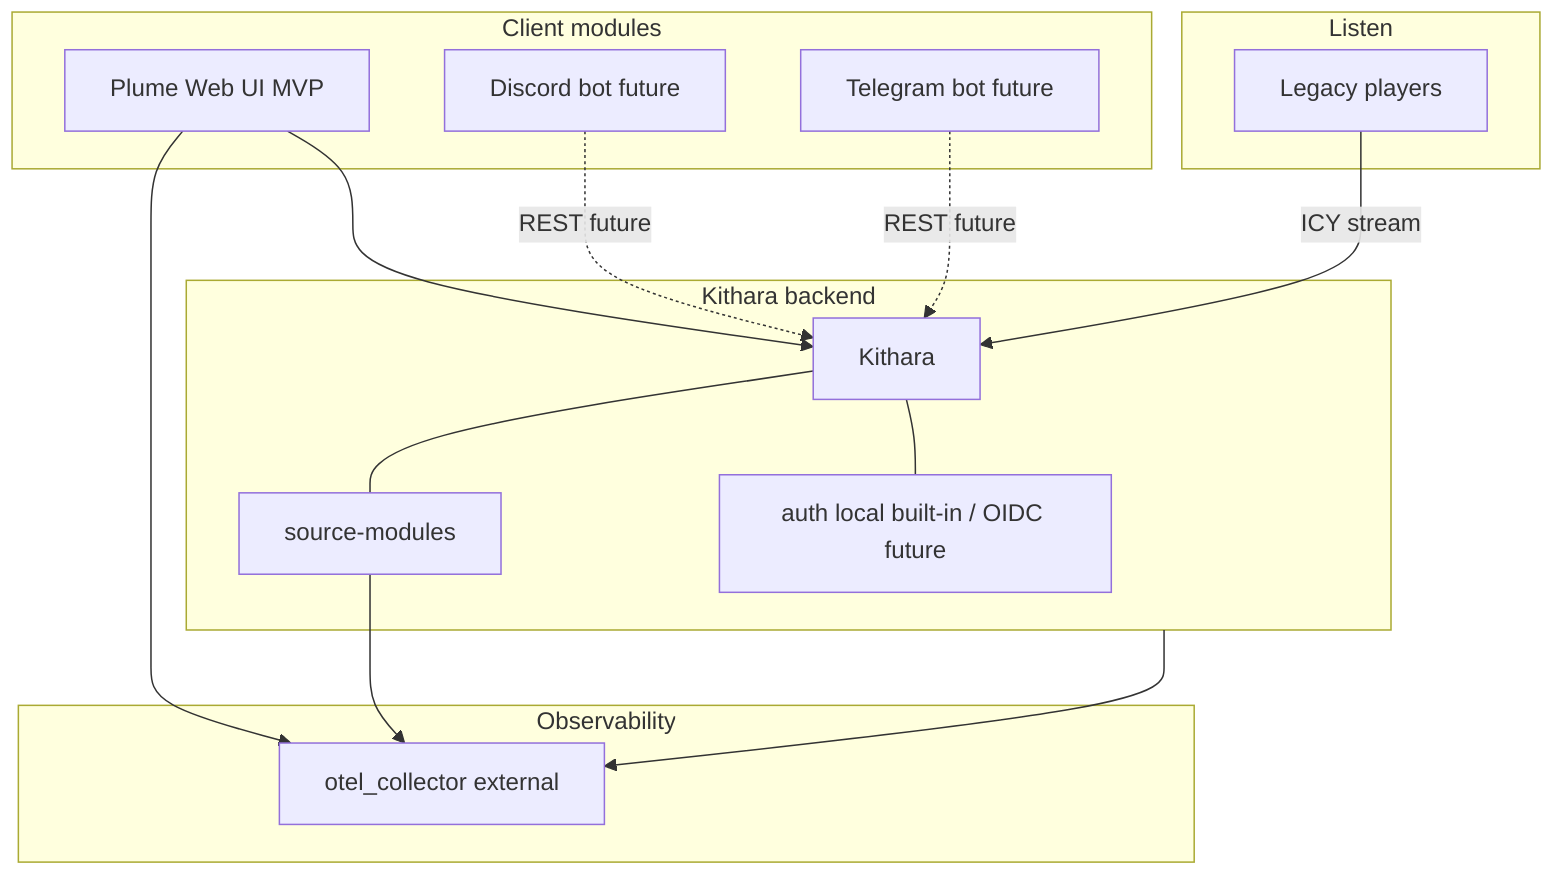
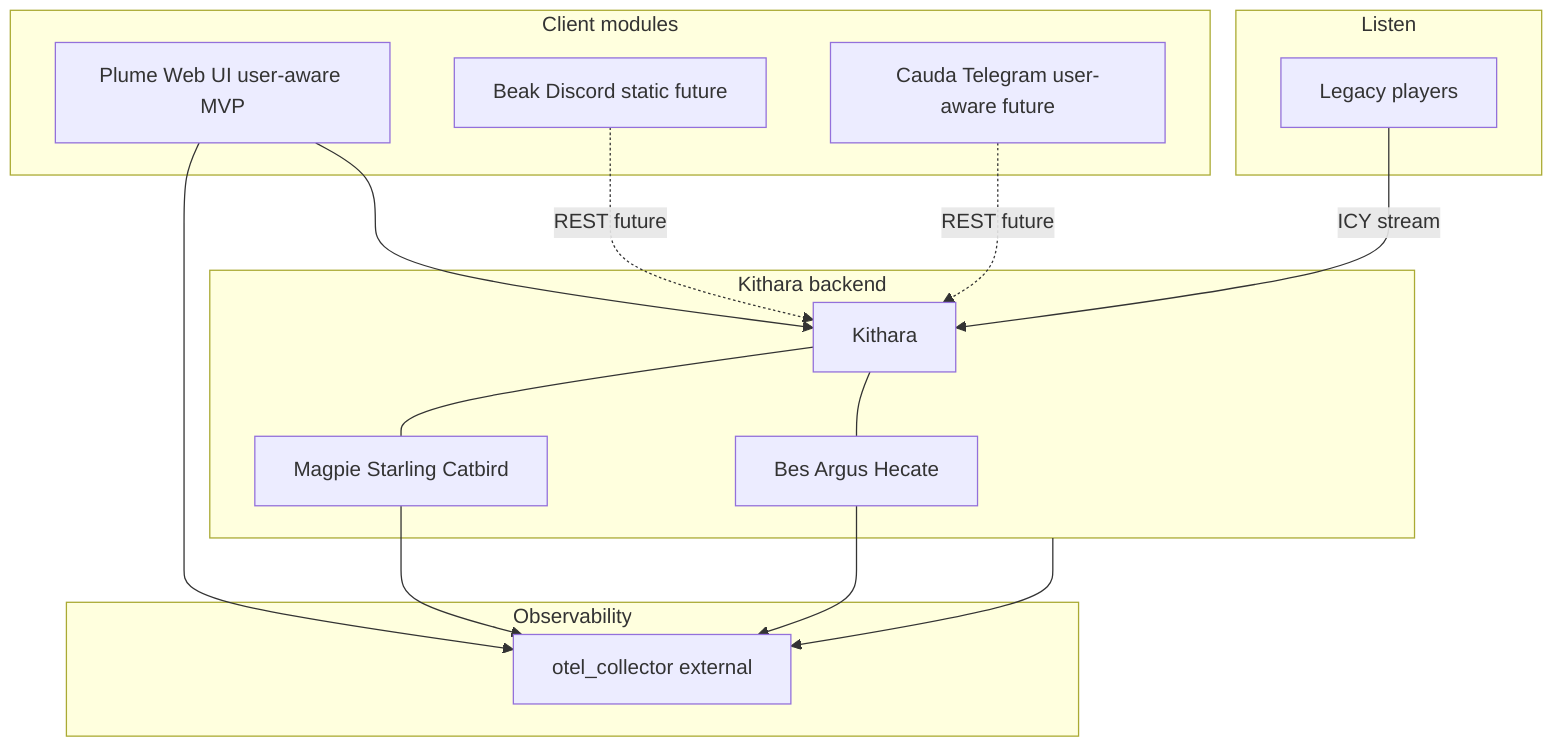
flowchart TB
  subgraph client [Client modules]
-     Plume["Plume Web UI MVP"]
-     Discord["Discord bot future"]
-     Telegram["Telegram bot future"]
+     Plume["Plume Web UI user-aware MVP"]
+     Beak["Beak Discord static future"]
+     Cauda["Cauda Telegram user-aware future"]
  end
  subgraph listen [Listen]
    Players[Legacy players]
  end
  subgraph backend [Kithara backend]
    KitharaBox[Kithara]
-     src[source-modules]
-     auth["auth local built-in / OIDC future"]
+     src["Magpie Starling Catbird"]
+     auth["Bes Argus Hecate"]
    KitharaBox --- src
    KitharaBox --- auth
  end
  subgraph observe [Observability]
    OTel[otel_collector external]
  end
  Plume --> KitharaBox
-   Discord -.->|REST future| KitharaBox
-   Telegram -.->|REST future| KitharaBox
+   Beak -.->|REST future| KitharaBox
+   Cauda -.->|REST future| KitharaBox
  Players -->|ICY stream| KitharaBox
  backend --> OTel
  Plume --> OTel
  src --> OTel
+   auth --> OTel
